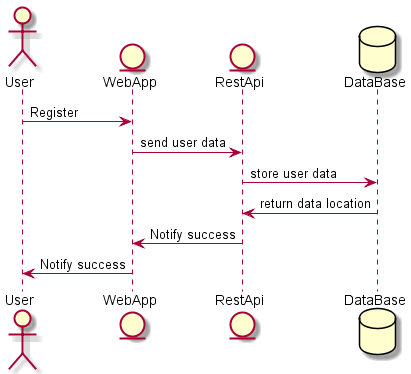
This is images/RegisterUser.png from Arquisoft/dede_es3c, a PlantUML export, as it was before one commit.
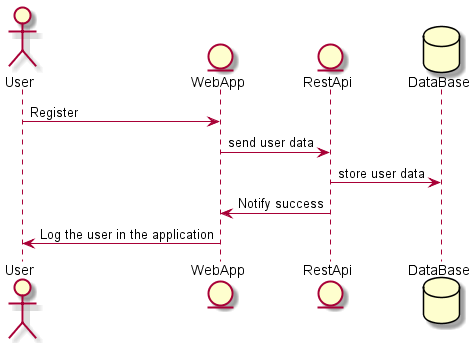
The same file after the commit.

The edit, as a diff of the source:
```diff
@@ -6,7 +6,6 @@
 User-> WebApp : Register
 WebApp-> RestApi : send user data
 RestApi -> DataBase : store user data
-DataBase -> RestApi : return data location
 RestApi -> WebApp: Notify success
-WebApp-> User: Notify success
+WebApp-> User: Log the user in the application
 @enduml
```
